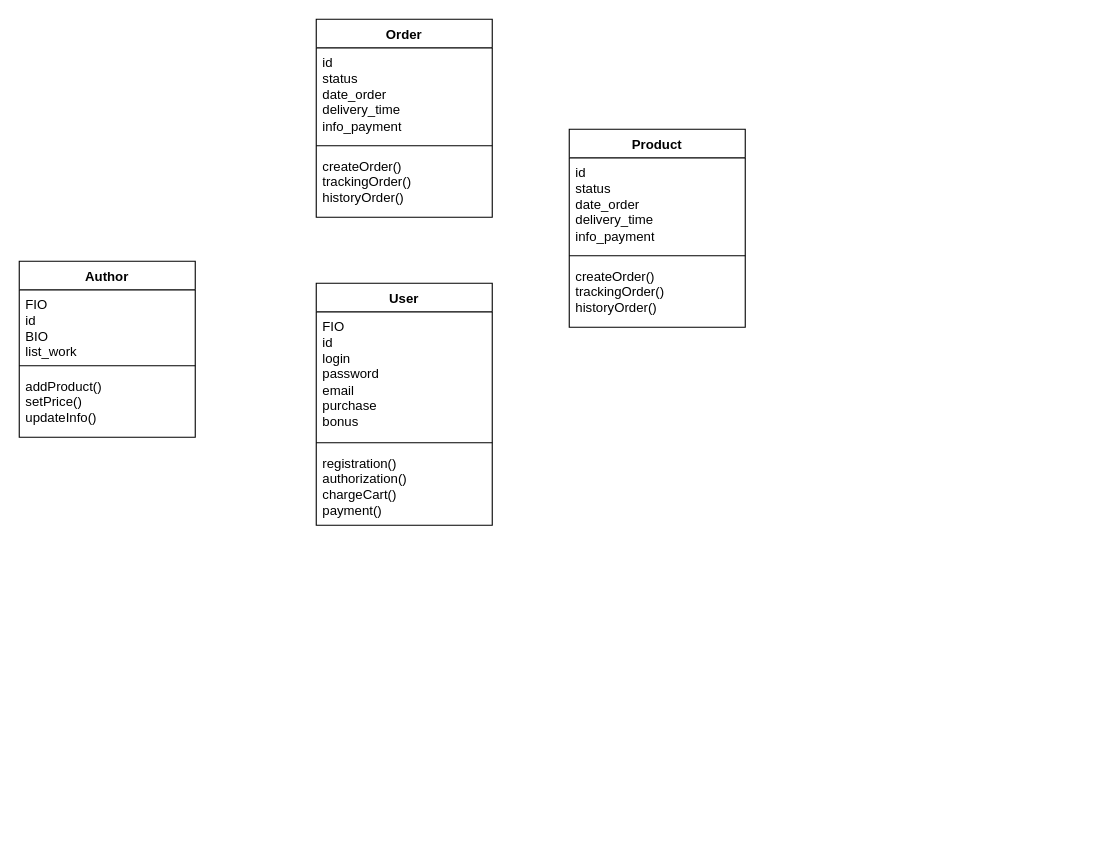
This is Доставка еды.drawio from DeVarl1/Asshole-delivery, a draw.io file, before an edit. Source tidied: cells renumbered, new cells numbered last; positions are measured from the earlier drawing's top-left corner, leaving out a move shared by most shapes. Both pictures are drawn from the tidied source at 110%, with x=0, y=0 at pixel (19, 19).
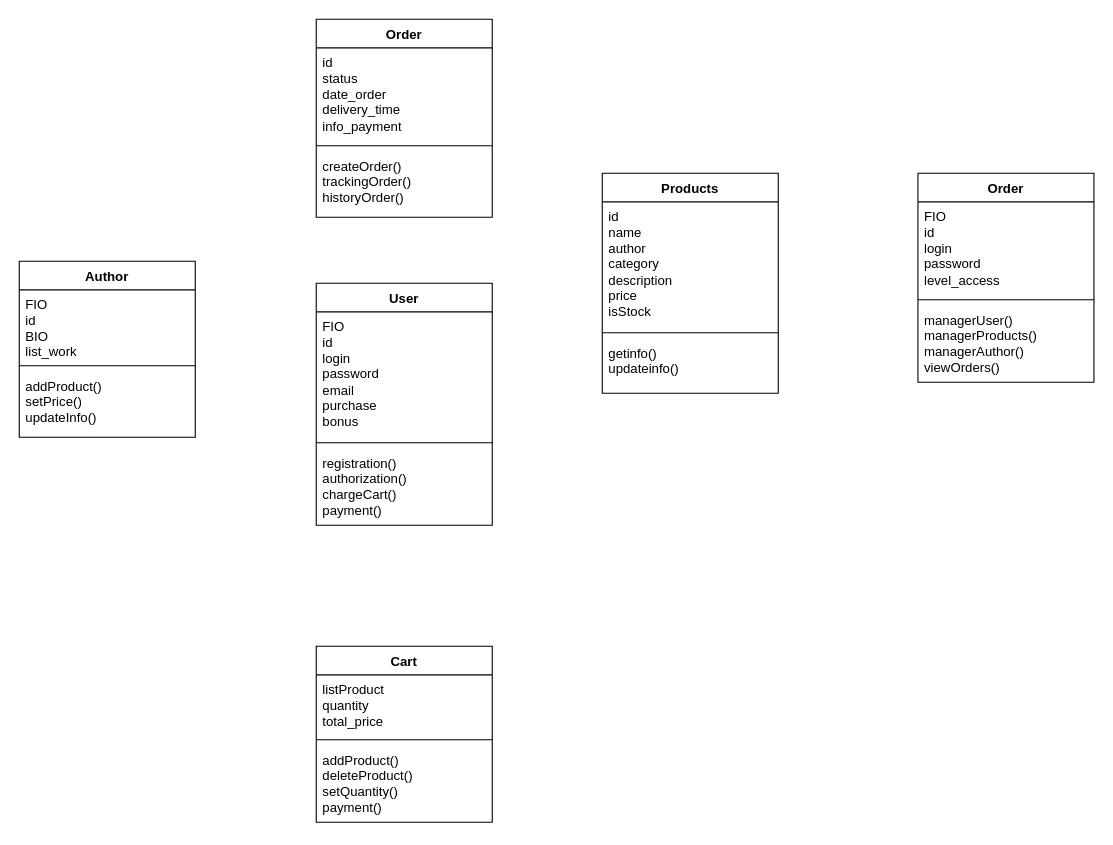
Above is the later version.

Change to the diagram source:
```diff
@@
-    <mxCell id="14" value="Product" style="swimlane;fontStyle=1;align=center;verticalAlign=top;horizontal=1;startSize=26;whiteSpace=wrap;html=1;" parent="1" vertex="1">
-      <mxGeometry x="500" y="100" width="160" height="180" as="geometry" />
+    <mxCell id="14" value="Products" style="swimlane;fontStyle=1;align=center;verticalAlign=top;horizontal=1;startSize=26;whiteSpace=wrap;html=1;" parent="1" vertex="1">
+      <mxGeometry x="530" y="140" width="160" height="200" as="geometry" />
     </mxCell>
-    <mxCell id="15" value="id&lt;div&gt;status&lt;/div&gt;&lt;div&gt;date_order&lt;/div&gt;&lt;div&gt;delivery_time&lt;/div&gt;&lt;div&gt;info_payment&lt;/div&gt;" style="text;strokeColor=none;fillColor=none;align=left;verticalAlign=top;spacingLeft=4;spacingRight=4;overflow=hidden;whiteSpace=wrap;html=1;" parent="14" vertex="1">
-      <mxGeometry y="26" width="160" height="84" as="geometry" />
+    <mxCell id="15" value="id&lt;div&gt;name&lt;/div&gt;&lt;div&gt;author&lt;/div&gt;&lt;div&gt;category&lt;/div&gt;&lt;div&gt;description&lt;/div&gt;&lt;div&gt;price&lt;/div&gt;&lt;div&gt;isStock&lt;/div&gt;" style="text;strokeColor=none;fillColor=none;align=left;verticalAlign=top;spacingLeft=4;spacingRight=4;overflow=hidden;whiteSpace=wrap;html=1;" parent="14" vertex="1">
+      <mxGeometry y="26" width="160" height="114" as="geometry" />
     </mxCell>
     <mxCell id="16" style="line;strokeWidth=1;fillColor=none;align=left;verticalAlign=middle;spacingTop=-1;spacingLeft=3;spacingRight=3;labelPosition=right;strokeColor=inherit;" parent="14" vertex="1">
-      <mxGeometry y="110" width="160" height="10" as="geometry" />
+      <mxGeometry y="140" width="160" height="10" as="geometry" />
     </mxCell>
-    <mxCell id="17" value="createOrder()&lt;div&gt;trackingOrder()&lt;/div&gt;&lt;div&gt;historyOrder()&lt;/div&gt;" style="text;strokeColor=none;fillColor=none;align=left;verticalAlign=top;spacingLeft=4;spacingRight=4;overflow=hidden;whiteSpace=wrap;html=1;" parent="14" vertex="1">
-      <mxGeometry y="120" width="160" height="60" as="geometry" />
+    <mxCell id="17" value="getinfo()&lt;div&gt;updateinfo()&lt;/div&gt;" style="text;strokeColor=none;fillColor=none;align=left;verticalAlign=top;spacingLeft=4;spacingRight=4;overflow=hidden;whiteSpace=wrap;html=1;" parent="14" vertex="1">
+      <mxGeometry y="150" width="160" height="50" as="geometry" />
     </mxCell>
+    <mxCell id="18" value="Cart" style="swimlane;fontStyle=1;align=center;verticalAlign=top;horizontal=1;startSize=26;whiteSpace=wrap;html=1;" parent="1" vertex="1">
+      <mxGeometry x="270" y="570" width="160" height="160" as="geometry" />
+    </mxCell>
+    <mxCell id="19" value="listProduct&lt;div&gt;quantity&lt;/div&gt;&lt;div&gt;total_price&lt;/div&gt;" style="text;strokeColor=none;fillColor=none;align=left;verticalAlign=top;spacingLeft=4;spacingRight=4;overflow=hidden;whiteSpace=wrap;html=1;" parent="18" vertex="1">
+      <mxGeometry y="26" width="160" height="54" as="geometry" />
+    </mxCell>
+    <mxCell id="20" style="line;strokeWidth=1;fillColor=none;align=left;verticalAlign=middle;spacingTop=-1;spacingLeft=3;spacingRight=3;labelPosition=right;strokeColor=inherit;" parent="18" vertex="1">
+      <mxGeometry y="80" width="160" height="10" as="geometry" />
+    </mxCell>
+    <mxCell id="21" value="addProduct()&lt;div&gt;deleteProduct()&lt;/div&gt;&lt;div&gt;setQuantity()&lt;/div&gt;&lt;div&gt;payment()&lt;/div&gt;" style="text;strokeColor=none;fillColor=none;align=left;verticalAlign=top;spacingLeft=4;spacingRight=4;overflow=hidden;whiteSpace=wrap;html=1;" parent="18" vertex="1">
+      <mxGeometry y="90" width="160" height="70" as="geometry" />
+    </mxCell>
+    <mxCell id="22" value="Order" style="swimlane;fontStyle=1;align=center;verticalAlign=top;horizontal=1;startSize=26;whiteSpace=wrap;html=1;" parent="1" vertex="1">
+      <mxGeometry x="817" y="140" width="160" height="190" as="geometry" />
+    </mxCell>
+    <mxCell id="23" value="FIO&lt;div&gt;id&lt;/div&gt;&lt;div&gt;login&lt;/div&gt;&lt;div&gt;password&lt;/div&gt;&lt;div&gt;level_access&lt;/div&gt;" style="text;strokeColor=none;fillColor=none;align=left;verticalAlign=top;spacingLeft=4;spacingRight=4;overflow=hidden;whiteSpace=wrap;html=1;" parent="22" vertex="1">
+      <mxGeometry y="26" width="160" height="84" as="geometry" />
+    </mxCell>
+    <mxCell id="24" style="line;strokeWidth=1;fillColor=none;align=left;verticalAlign=middle;spacingTop=-1;spacingLeft=3;spacingRight=3;labelPosition=right;strokeColor=inherit;" parent="22" vertex="1">
+      <mxGeometry y="110" width="160" height="10" as="geometry" />
+    </mxCell>
+    <mxCell id="25" value="managerUser()&lt;div&gt;managerProducts()&lt;/div&gt;&lt;div&gt;managerAuthor()&lt;/div&gt;&lt;div&gt;viewOrders()&lt;/div&gt;" style="text;strokeColor=none;fillColor=none;align=left;verticalAlign=top;spacingLeft=4;spacingRight=4;overflow=hidden;whiteSpace=wrap;html=1;" parent="22" vertex="1">
+      <mxGeometry y="120" width="160" height="70" as="geometry" />
+    </mxCell>
```
